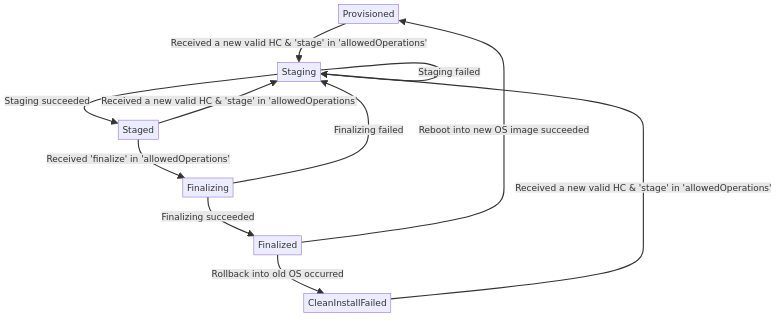
This is dev-docs/diagrams/state-diagrams/ab-update.png from microsoft/trident, a Mermaid export, as it was before one commit. Its source is kept beside it as dev-docs/diagrams/state-diagrams/ab-update.mmd.
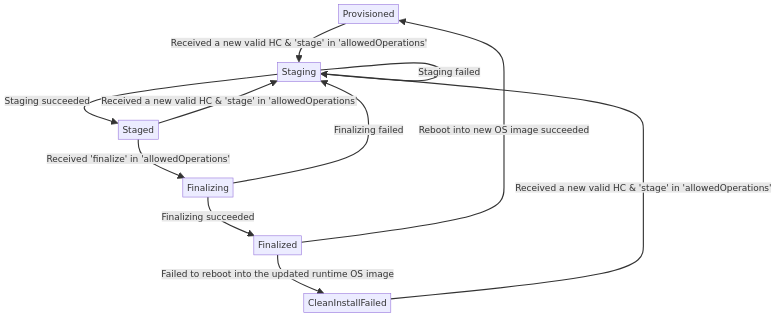
The same diagram one commit later.

Commit message:
Merged PR 19992: bug: Fix logic to validate reboot post clean install and A/B update

What changed in the source:
```diff
@@ -7,5 +7,5 @@
 E --> |Finalizing succeeded|F[Finalized]
 E --> |Finalizing failed|B
 F --> |Reboot into new OS image succeeded|A
-F --> |Rollback into old OS occurred|D[CleanInstallFailed]
+F --> |Failed to reboot into the updated runtime OS image|D[CleanInstallFailed]
 D --> |Received a new valid HC & 'stage' in 'allowedOperations'|B
```
